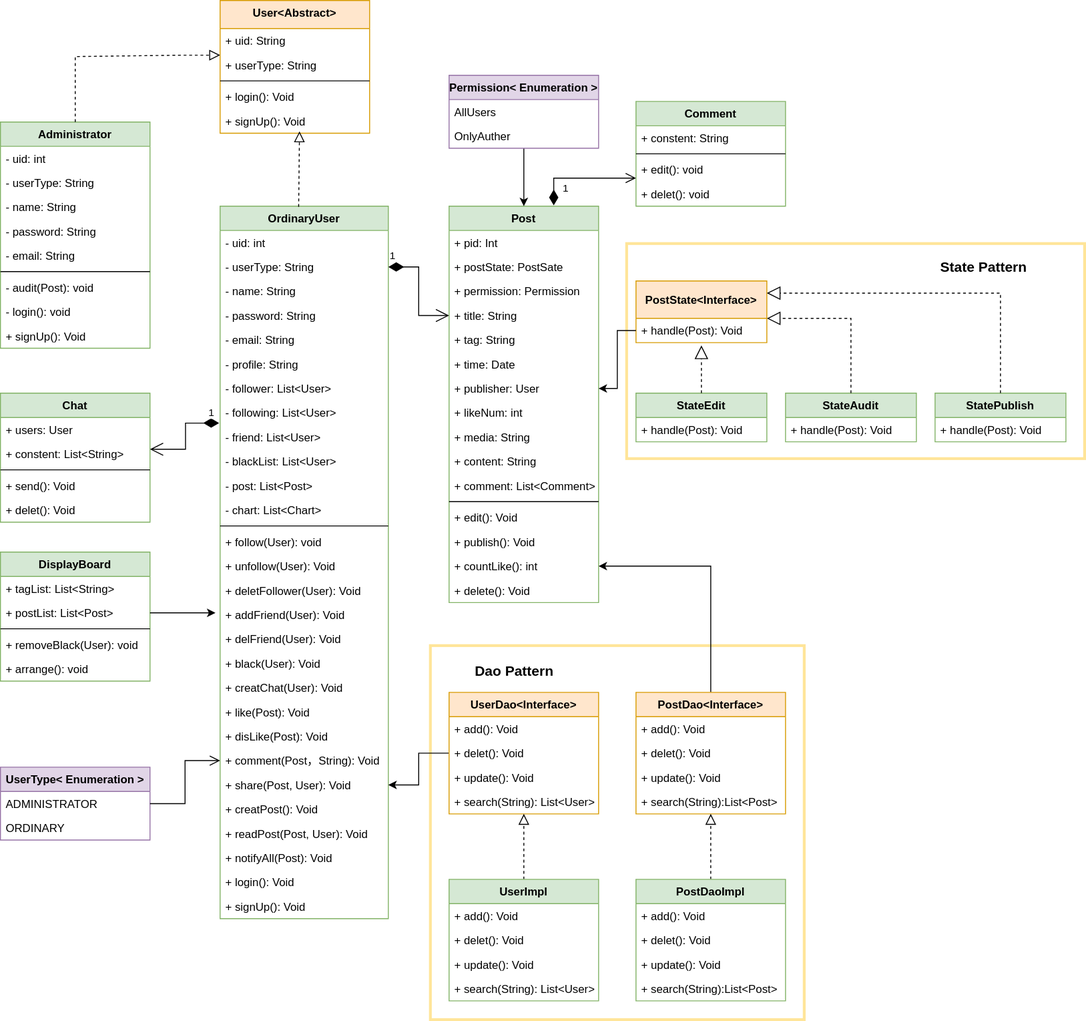
Earlier version of the draw.io export Untitled Diagram.drawio.svg (liuqihan/UML). Source tidied: cells renumbered, new cells last; positions are measured from the earlier drawing's top-left corner, leaving out a move shared by most shapes.
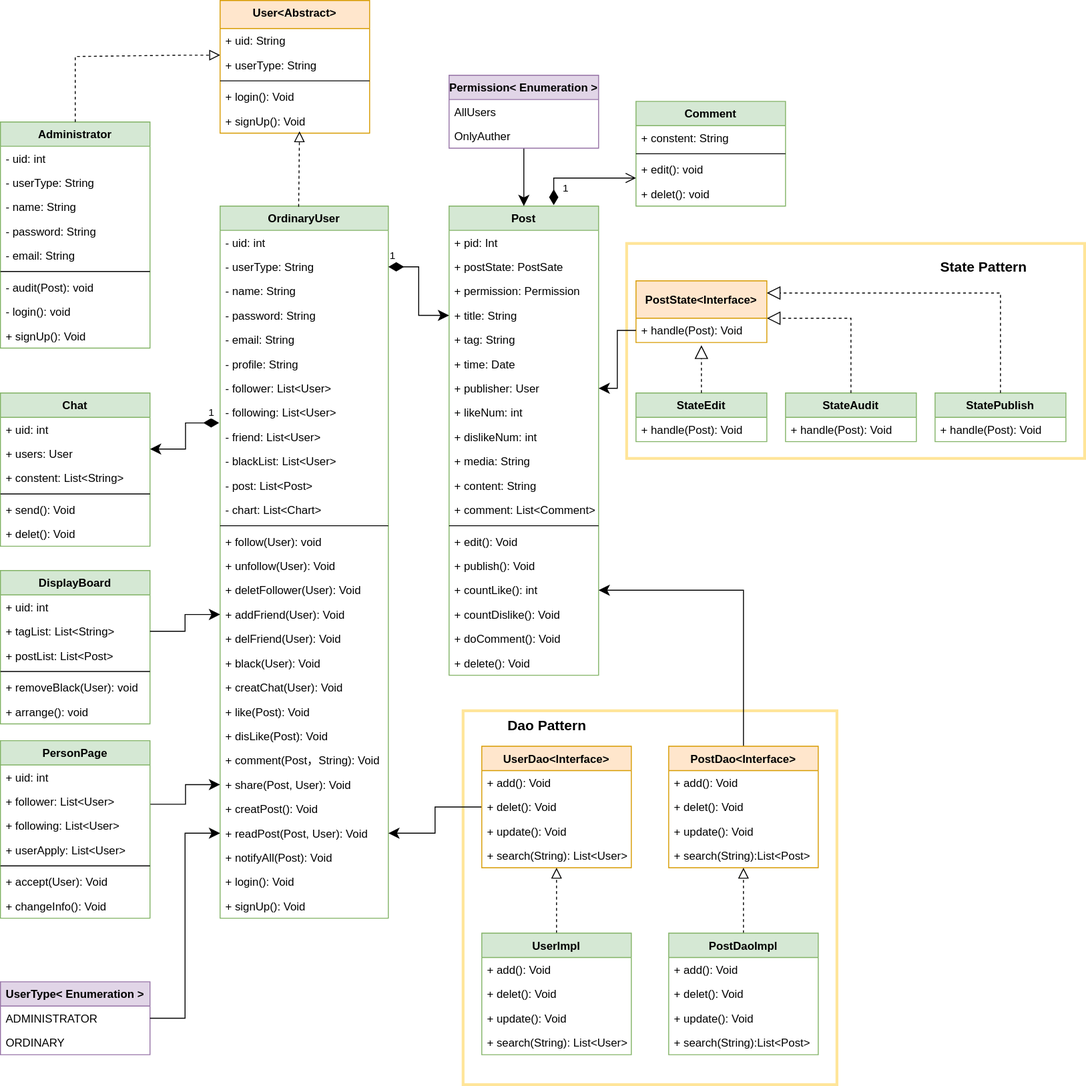
Later version of the same file.

Change to the diagram source:
```diff
@@ -5,3 +5,3 @@
     <mxCell id="2" style="rounded=0;whiteSpace=wrap;html=1;shadow=0;fontSize=15;strokeWidth=3;fillColor=none;strokeColor=#FFE599;" parent="1" vertex="1">
-      <mxGeometry x="460" y="690" width="400" height="400" as="geometry" />
+      <mxGeometry x="495" y="760" width="400" height="400" as="geometry" />
     </mxCell>
@@ -149,3 +149,3 @@
     <mxCell id="50" value="Post" style="swimlane;fontStyle=1;align=center;verticalAlign=top;horizontal=1;startSize=26;fillColor=#d5e8d4;strokeColor=#82b366;" parent="1" vertex="1">
-      <mxGeometry x="480" y="220" width="160" height="424" as="geometry" />
+      <mxGeometry x="480" y="220" width="160" height="502" as="geometry" />
     </mxCell>
@@ -172,30 +172,39 @@
     </mxCell>
+    <mxCell id="136" value="+ likeNum: int" style="text;align=left;verticalAlign=top;spacingLeft=4;spacingRight=4;overflow=hidden;" parent="50" vertex="1">
+      <mxGeometry y="208" width="160" height="26" as="geometry" />
+    </mxCell>
-    <mxCell id="58" value="+ likeNum: int" style="text;align=left;verticalAlign=top;spacingLeft=4;spacingRight=4;overflow=hidden;" parent="50" vertex="1">
-      <mxGeometry y="208" width="160" height="26" as="geometry" />
+    <mxCell id="58" value="+ dislikeNum: int" style="text;align=left;verticalAlign=top;spacingLeft=4;spacingRight=4;overflow=hidden;" parent="50" vertex="1">
+      <mxGeometry y="234" width="160" height="26" as="geometry" />
     </mxCell>
     <mxCell id="59" value="+ media: String" style="text;align=left;verticalAlign=top;spacingLeft=4;spacingRight=4;overflow=hidden;" parent="50" vertex="1">
-      <mxGeometry y="234" width="160" height="26" as="geometry" />
+      <mxGeometry y="260" width="160" height="26" as="geometry" />
     </mxCell>
     <mxCell id="60" value="+ content: String" style="text;align=left;verticalAlign=top;spacingLeft=4;spacingRight=4;overflow=hidden;" parent="50" vertex="1">
-      <mxGeometry y="260" width="160" height="26" as="geometry" />
+      <mxGeometry y="286" width="160" height="26" as="geometry" />
     </mxCell>
     <mxCell id="61" value="+ comment: List&lt;Comment&gt;" style="text;align=left;verticalAlign=top;spacingLeft=4;spacingRight=4;overflow=hidden;" parent="50" vertex="1">
-      <mxGeometry y="286" width="160" height="26" as="geometry" />
+      <mxGeometry y="312" width="160" height="26" as="geometry" />
     </mxCell>
     <mxCell id="62" style="line;strokeWidth=1;align=left;verticalAlign=middle;spacingTop=-1;spacingLeft=3;spacingRight=3;labelPosition=right;" parent="50" vertex="1">
-      <mxGeometry y="312" width="160" height="8" as="geometry" />
+      <mxGeometry y="338" width="160" height="8" as="geometry" />
     </mxCell>
     <mxCell id="63" value="+ edit(): Void" style="text;align=left;verticalAlign=top;spacingLeft=4;spacingRight=4;overflow=hidden;" parent="50" vertex="1">
-      <mxGeometry y="320" width="160" height="26" as="geometry" />
+      <mxGeometry y="346" width="160" height="26" as="geometry" />
     </mxCell>
     <mxCell id="64" value="+ publish(): Void" style="text;align=left;verticalAlign=top;spacingLeft=4;spacingRight=4;overflow=hidden;" parent="50" vertex="1">
-      <mxGeometry y="346" width="160" height="26" as="geometry" />
+      <mxGeometry y="372" width="160" height="26" as="geometry" />
     </mxCell>
     <mxCell id="65" value="+ countLike(): int" style="text;align=left;verticalAlign=top;spacingLeft=4;spacingRight=4;overflow=hidden;points=[[0,0.5],[1,0.5]];portConstraint=eastwest;" parent="50" vertex="1">
-      <mxGeometry y="372" width="160" height="26" as="geometry" />
+      <mxGeometry y="398" width="160" height="26" as="geometry" />
     </mxCell>
-    <mxCell id="66" value="+ delete(): Void" style="text;align=left;verticalAlign=top;spacingLeft=4;spacingRight=4;overflow=hidden;" parent="50" vertex="1">
-      <mxGeometry y="398" width="160" height="26" as="geometry" />
+    <mxCell id="66" value="+ countDislike(): Void" style="text;align=left;verticalAlign=top;spacingLeft=4;spacingRight=4;overflow=hidden;" parent="50" vertex="1">
+      <mxGeometry y="424" width="160" height="26" as="geometry" />
     </mxCell>
+    <mxCell id="137" value="+ doComment(): Void" style="text;align=left;verticalAlign=top;spacingLeft=4;spacingRight=4;overflow=hidden;" parent="50" vertex="1">
+      <mxGeometry y="450" width="160" height="26" as="geometry" />
+    </mxCell>
+    <mxCell id="138" value="+ delete(): Void" style="text;align=left;verticalAlign=top;spacingLeft=4;spacingRight=4;overflow=hidden;" parent="50" vertex="1">
+      <mxGeometry y="476" width="160" height="26" as="geometry" />
+    </mxCell>
-    <mxCell id="67" value="1" style="endArrow=open;html=1;endSize=12;startArrow=diamondThin;startSize=14;startFill=1;edgeStyle=orthogonalEdgeStyle;align=left;verticalAlign=bottom;rounded=0;exitX=1;exitY=0.5;exitDx=0;exitDy=0;entryX=0;entryY=0.5;entryDx=0;entryDy=0;" parent="1" edge="1" source="16" target="54">
+    <mxCell id="67" value="1" style="endArrow=classic;html=1;endSize=9;startArrow=diamondThin;startSize=14;startFill=1;edgeStyle=orthogonalEdgeStyle;align=left;verticalAlign=bottom;rounded=0;exitX=1;exitY=0.5;exitDx=0;exitDy=0;entryX=0;entryY=0.5;entryDx=0;entryDy=0;endFill=1;" parent="1" edge="1" source="16" target="54">
       <mxGeometry x="-1" y="3" relative="1" as="geometry" />
@@ -257,6 +266,6 @@
     </mxCell>
-    <mxCell id="81" style="edgeStyle=orthogonalEdgeStyle;rounded=0;jettySize=auto;html=1;" parent="1" edge="1" source="69" target="57">
+    <mxCell id="81" style="edgeStyle=orthogonalEdgeStyle;rounded=0;jettySize=auto;html=1;endSize=9;" parent="1" edge="1" source="69" target="57">
       <mxGeometry relative="1" as="geometry" />
     </mxCell>
-    <mxCell id="82" style="edgeStyle=orthogonalEdgeStyle;rounded=0;jettySize=auto;html=1;entryX=0.5;entryY=0;entryDx=0;entryDy=0;" parent="1" edge="1" source="83" target="50">
+    <mxCell id="82" style="edgeStyle=orthogonalEdgeStyle;rounded=0;jettySize=auto;html=1;entryX=0.5;entryY=0;entryDx=0;entryDy=0;endSize=9;" parent="1" edge="1" source="83" target="50">
       <mxGeometry relative="1" as="geometry" />
@@ -288,43 +297,44 @@
     <mxCell id="91" value="Chat" style="swimlane;fontStyle=1;align=center;verticalAlign=top;horizontal=1;startSize=26;fillColor=#d5e8d4;strokeColor=#82b366;" parent="1" vertex="1">
-      <mxGeometry y="420" width="160" height="138" as="geometry" />
+      <mxGeometry y="420" width="160" height="164" as="geometry" />
     </mxCell>
-    <mxCell id="92" value="+ users: User" style="text;align=left;verticalAlign=top;spacingLeft=4;spacingRight=4;overflow=hidden;" parent="91" vertex="1">
+    <mxCell id="92" value="+ uid: int" style="text;align=left;verticalAlign=top;spacingLeft=4;spacingRight=4;overflow=hidden;" parent="91" vertex="1">
       <mxGeometry y="26" width="160" height="26" as="geometry" />
     </mxCell>
+    <mxCell id="139" value="+ users: User" style="text;align=left;verticalAlign=top;spacingLeft=4;spacingRight=4;overflow=hidden;" parent="91" vertex="1">
+      <mxGeometry y="52" width="160" height="26" as="geometry" />
+    </mxCell>
     <mxCell id="93" value="+ constent: List&lt;String&gt;" style="text;align=left;verticalAlign=top;spacingLeft=4;spacingRight=4;overflow=hidden;" parent="91" vertex="1">
-      <mxGeometry y="52" width="160" height="26" as="geometry" />
+      <mxGeometry y="78" width="160" height="26" as="geometry" />
     </mxCell>
     <mxCell id="94" style="line;strokeWidth=1;align=left;verticalAlign=middle;spacingTop=-1;spacingLeft=3;spacingRight=3;labelPosition=right;" parent="91" vertex="1">
-      <mxGeometry y="78" width="160" height="8" as="geometry" />
+      <mxGeometry y="104" width="160" height="8" as="geometry" />
     </mxCell>
     <mxCell id="95" value="+ send(): Void" style="text;align=left;verticalAlign=top;spacingLeft=4;spacingRight=4;overflow=hidden;" parent="91" vertex="1">
-      <mxGeometry y="86" width="160" height="26" as="geometry" />
+      <mxGeometry y="112" width="160" height="26" as="geometry" />
     </mxCell>
     <mxCell id="96" value="+ delet(): Void" style="text;align=left;verticalAlign=top;spacingLeft=4;spacingRight=4;overflow=hidden;" parent="91" vertex="1">
-      <mxGeometry y="112" width="160" height="26" as="geometry" />
+      <mxGeometry y="138" width="160" height="26" as="geometry" />
     </mxCell>
     <mxCell id="97" value="DisplayBoard" style="swimlane;fontStyle=1;align=center;verticalAlign=top;horizontal=1;startSize=26;fillColor=#d5e8d4;strokeColor=#82b366;" parent="1" vertex="1">
-      <mxGeometry y="590" width="160" height="138" as="geometry" />
+      <mxGeometry y="610" width="160" height="164" as="geometry" />
     </mxCell>
-    <mxCell id="98" value="+ tagList: List&lt;String&gt;" style="text;align=left;verticalAlign=top;spacingLeft=4;spacingRight=4;overflow=hidden;" parent="97" vertex="1">
+    <mxCell id="98" value="+ uid: int" style="text;align=left;verticalAlign=top;spacingLeft=4;spacingRight=4;overflow=hidden;" parent="97" vertex="1">
       <mxGeometry y="26" width="160" height="26" as="geometry" />
     </mxCell>
+    <mxCell id="140" value="+ tagList: List&lt;String&gt;" style="text;align=left;verticalAlign=top;spacingLeft=4;spacingRight=4;overflow=hidden;points=[[0,0.5],[1,0.5]];portConstraint=eastwest;" parent="97" vertex="1">
+      <mxGeometry y="52" width="160" height="26" as="geometry" />
+    </mxCell>
     <mxCell id="99" value="+ postList: List&lt;Post&gt;" style="text;align=left;verticalAlign=top;spacingLeft=4;spacingRight=4;overflow=hidden;points=[[0,0.5],[1,0.5]];portConstraint=eastwest;" parent="97" vertex="1">
-      <mxGeometry y="52" width="160" height="26" as="geometry" />
+      <mxGeometry y="78" width="160" height="26" as="geometry" />
     </mxCell>
     <mxCell id="100" style="line;strokeWidth=1;align=left;verticalAlign=middle;spacingTop=-1;spacingLeft=3;spacingRight=3;labelPosition=right;" parent="97" vertex="1">
-      <mxGeometry y="78" width="160" height="8" as="geometry" />
+      <mxGeometry y="104" width="160" height="8" as="geometry" />
     </mxCell>
     <mxCell id="101" value="+ removeBlack(User): void" style="text;align=left;verticalAlign=top;spacingLeft=4;spacingRight=4;overflow=hidden;" parent="97" vertex="1">
-      <mxGeometry y="86" width="160" height="26" as="geometry" />
+      <mxGeometry y="112" width="160" height="26" as="geometry" />
     </mxCell>
     <mxCell id="102" value="+ arrange(): void" style="text;align=left;verticalAlign=top;spacingLeft=4;spacingRight=4;overflow=hidden;" parent="97" vertex="1">
-      <mxGeometry y="112" width="160" height="26" as="geometry" />
+      <mxGeometry y="138" width="160" height="26" as="geometry" />
     </mxCell>
-    <mxCell id="103" style="edgeStyle=orthogonalEdgeStyle;rounded=0;jettySize=auto;html=1;" parent="1" edge="1" source="99">
-      <mxGeometry relative="1" as="geometry">
-        <mxPoint x="230" y="655" as="targetPoint" />
-      </mxGeometry>
-    </mxCell>
-    <mxCell id="104" style="edgeStyle=orthogonalEdgeStyle;rounded=0;jettySize=auto;html=1;entryX=1;entryY=0.5;entryDx=0;entryDy=0;fontSize=15;" parent="1" edge="1" source="105" target="38">
+    <mxCell id="104" style="edgeStyle=orthogonalEdgeStyle;rounded=0;jettySize=auto;html=1;entryX=1;entryY=0.5;entryDx=0;entryDy=0;fontSize=15;endSize=9;" parent="1" edge="1" source="105" target="40">
       <mxGeometry relative="1" as="geometry" />
@@ -332,3 +342,3 @@
     <mxCell id="105" value="UserDao&lt;Interface&gt;" style="swimlane;fontStyle=1;horizontal=1;startSize=26;fillColor=#ffe6cc;strokeColor=#d79b00;" parent="1" vertex="1">
-      <mxGeometry x="480" y="740" width="160" height="130" as="geometry" />
+      <mxGeometry x="515" y="798" width="160" height="130" as="geometry" />
     </mxCell>
@@ -346,3 +356,3 @@
     </mxCell>
-    <mxCell id="110" style="edgeStyle=orthogonalEdgeStyle;rounded=0;jettySize=auto;html=1;fontSize=15;" parent="1" edge="1" source="111" target="65">
+    <mxCell id="110" style="edgeStyle=orthogonalEdgeStyle;rounded=0;jettySize=auto;html=1;fontSize=15;endSize=9;" parent="1" edge="1" source="111" target="65">
       <mxGeometry relative="1" as="geometry" />
@@ -350,3 +360,3 @@
     <mxCell id="111" value="PostDao&lt;Interface&gt;" style="swimlane;fontStyle=1;horizontal=1;startSize=26;fillColor=#ffe6cc;strokeColor=#d79b00;" parent="1" vertex="1">
-      <mxGeometry x="680" y="740" width="160" height="130" as="geometry" />
+      <mxGeometry x="715" y="798" width="160" height="130" as="geometry" />
     </mxCell>
@@ -371,3 +381,3 @@
     <mxCell id="118" value="UserImpl" style="swimlane;fontStyle=1;horizontal=1;startSize=26;fillColor=#d5e8d4;strokeColor=#82b366;" parent="1" vertex="1">
-      <mxGeometry x="480" y="940" width="160" height="130" as="geometry" />
+      <mxGeometry x="515" y="998" width="160" height="130" as="geometry" />
     </mxCell>
@@ -389,3 +399,3 @@
     <mxCell id="124" value="PostDaoImpl" style="swimlane;fontStyle=1;horizontal=1;startSize=26;fillColor=#d5e8d4;strokeColor=#82b366;" parent="1" vertex="1">
-      <mxGeometry x="680" y="940" width="160" height="130" as="geometry" />
+      <mxGeometry x="715" y="998" width="160" height="130" as="geometry" />
     </mxCell>
@@ -404,6 +414,6 @@
     <mxCell id="129" value="Dao Pattern" style="text;html=1;strokeColor=none;fillColor=none;align=center;verticalAlign=middle;whiteSpace=wrap;rounded=0;shadow=0;fontSize=15;strokeWidth=1;fontStyle=1;" parent="1" vertex="1">
-      <mxGeometry x="480" y="702" width="140" height="30" as="geometry" />
+      <mxGeometry x="515" y="760" width="140" height="30" as="geometry" />
     </mxCell>
     <mxCell id="130" value="UserType&lt; Enumeration &gt;" style="swimlane;fontStyle=1;horizontal=1;startSize=26;fillColor=#e1d5e7;strokeColor=#9673a6;" parent="1" vertex="1">
-      <mxGeometry y="820" width="160" height="78" as="geometry" />
+      <mxGeometry y="1050" width="160" height="78" as="geometry" />
     </mxCell>
@@ -415,6 +425,6 @@
     </mxCell>
-    <mxCell id="133" style="edgeStyle=orthogonalEdgeStyle;rounded=0;jettySize=auto;html=1;fontSize=15;endArrow=open;endFill=0;endSize=9;" parent="1" edge="1" source="131" target="37">
+    <mxCell id="133" style="edgeStyle=orthogonalEdgeStyle;rounded=0;jettySize=auto;html=1;fontSize=15;endArrow=classic;endFill=1;endSize=9;entryX=0;entryY=0.5;entryDx=0;entryDy=0;" parent="1" edge="1" source="131" target="40">
       <mxGeometry relative="1" as="geometry" />
     </mxCell>
-    <mxCell id="134" value="1" style="endArrow=open;html=1;endSize=12;startArrow=diamondThin;startSize=14;startFill=1;edgeStyle=orthogonalEdgeStyle;align=left;verticalAlign=bottom;rounded=0;exitX=-0.006;exitY=-0.077;exitDx=0;exitDy=0;exitPerimeter=0;" parent="1" edge="1" source="23">
+    <mxCell id="134" value="1" style="endArrow=classic;html=1;endSize=9;startArrow=diamondThin;startSize=14;startFill=1;edgeStyle=orthogonalEdgeStyle;align=left;verticalAlign=bottom;rounded=0;exitX=-0.006;exitY=-0.077;exitDx=0;exitDy=0;exitPerimeter=0;endFill=1;" parent="1" edge="1" source="23">
       <mxGeometry x="-0.74" y="-2" relative="1" as="geometry">
@@ -436,2 +446,37 @@
     </mxCell>
+    <mxCell id="141" style="edgeStyle=orthogonalEdgeStyle;rounded=0;jettySize=auto;html=1;endSize=9;" parent="1" edge="1" source="142" target="38">
+      <mxGeometry relative="1" as="geometry">
+        <Array as="points">
+          <mxPoint x="198" y="860" />
+          <mxPoint x="198" y="839" />
+        </Array>
+      </mxGeometry>
+    </mxCell>
+    <mxCell id="142" value="PersonPage" style="swimlane;fontStyle=1;align=center;verticalAlign=top;horizontal=1;startSize=26;fillColor=#d5e8d4;strokeColor=#82b366;" parent="1" vertex="1">
+      <mxGeometry y="792" width="160" height="190" as="geometry" />
+    </mxCell>
+    <mxCell id="143" value="+ uid: int" style="text;strokeColor=none;fillColor=none;align=left;verticalAlign=top;spacingLeft=4;spacingRight=4;overflow=hidden;" parent="142" vertex="1">
+      <mxGeometry y="26" width="160" height="26" as="geometry" />
+    </mxCell>
+    <mxCell id="144" value="+ follower: List&lt;User&gt;" style="text;strokeColor=none;fillColor=none;align=left;verticalAlign=top;spacingLeft=4;spacingRight=4;overflow=hidden;" parent="142" vertex="1">
+      <mxGeometry y="52" width="160" height="26" as="geometry" />
+    </mxCell>
+    <mxCell id="145" value="+ following: List&lt;User&gt;" style="text;strokeColor=none;fillColor=none;align=left;verticalAlign=top;spacingLeft=4;spacingRight=4;overflow=hidden;" parent="142" vertex="1">
+      <mxGeometry y="78" width="160" height="26" as="geometry" />
+    </mxCell>
+    <mxCell id="146" value="+ userApply: List&lt;User&gt;" style="text;strokeColor=none;fillColor=none;align=left;verticalAlign=top;spacingLeft=4;spacingRight=4;overflow=hidden;" parent="142" vertex="1">
+      <mxGeometry y="104" width="160" height="26" as="geometry" />
+    </mxCell>
+    <mxCell id="147" style="line;strokeWidth=1;fillColor=none;align=left;verticalAlign=middle;spacingTop=-1;spacingLeft=3;spacingRight=3;labelPosition=right;" parent="142" vertex="1">
+      <mxGeometry y="130" width="160" height="8" as="geometry" />
+    </mxCell>
+    <mxCell id="148" value="+ accept(User): Void" style="text;strokeColor=none;fillColor=none;align=left;verticalAlign=top;spacingLeft=4;spacingRight=4;overflow=hidden;" parent="142" vertex="1">
+      <mxGeometry y="138" width="160" height="26" as="geometry" />
+    </mxCell>
+    <mxCell id="149" value="+ changeInfo(): Void" style="text;strokeColor=none;fillColor=none;align=left;verticalAlign=top;spacingLeft=4;spacingRight=4;overflow=hidden;" parent="142" vertex="1">
+      <mxGeometry y="164" width="160" height="26" as="geometry" />
+    </mxCell>
+    <mxCell id="150" style="edgeStyle=orthogonalEdgeStyle;rounded=0;jettySize=auto;html=1;entryX=0;entryY=0.5;entryDx=0;entryDy=0;endSize=9;" parent="1" edge="1" source="140" target="31">
+      <mxGeometry relative="1" as="geometry" />
+    </mxCell>
   </root>
```
